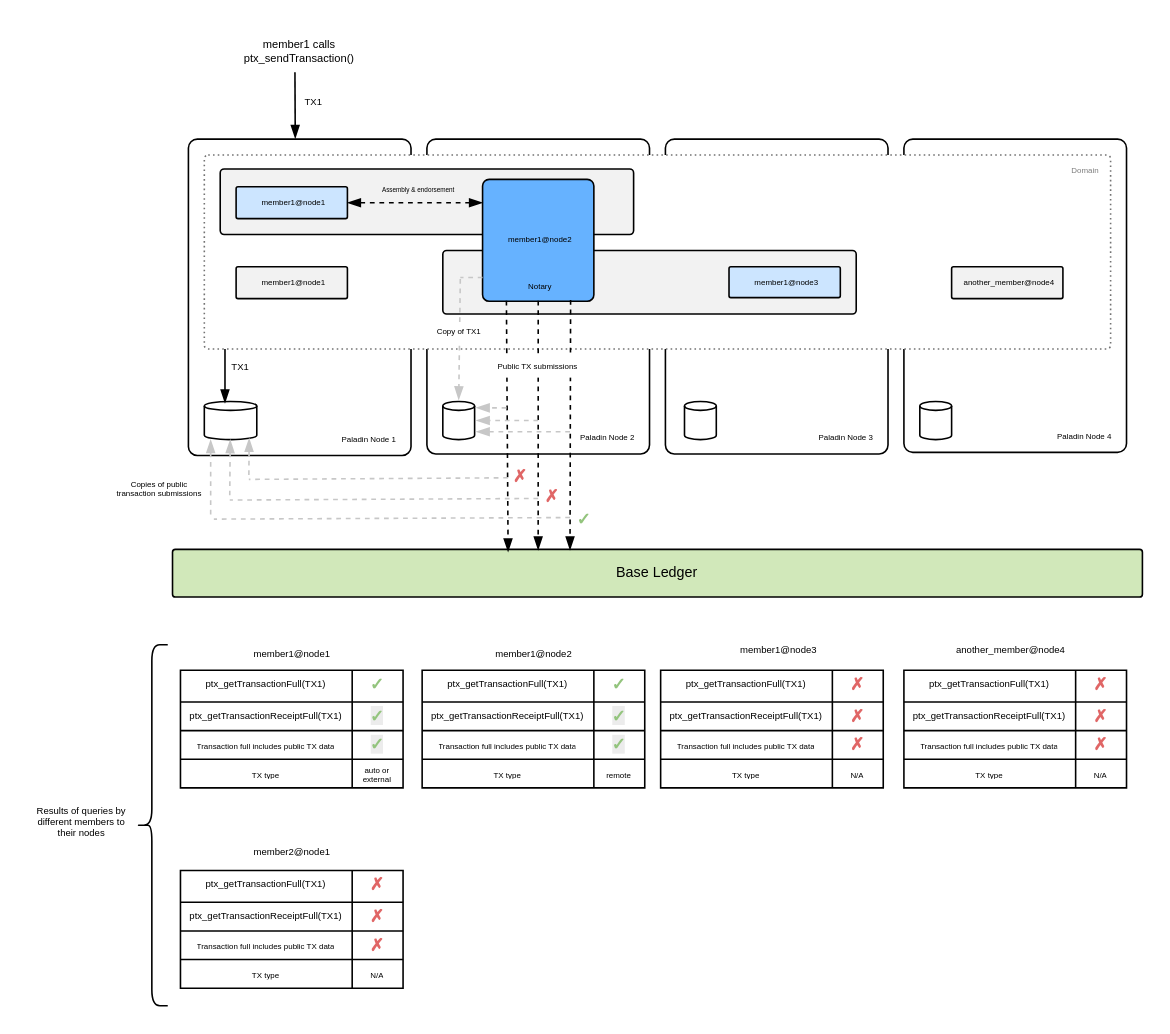
The draw.io diagram doc-site/docs/architecture/diagrams/paladin-node-data-flows.drawio in LFDT-Paladin/paladin, before the edit. Source tidied: cells renumbered, new cells numbered last; positions are measured from the earlier drawing's top-left corner, leaving out a move shared by most shapes. Both pictures are drawn from the tidied source at 159%, with x=0, y=0 at pixel (27, 27).
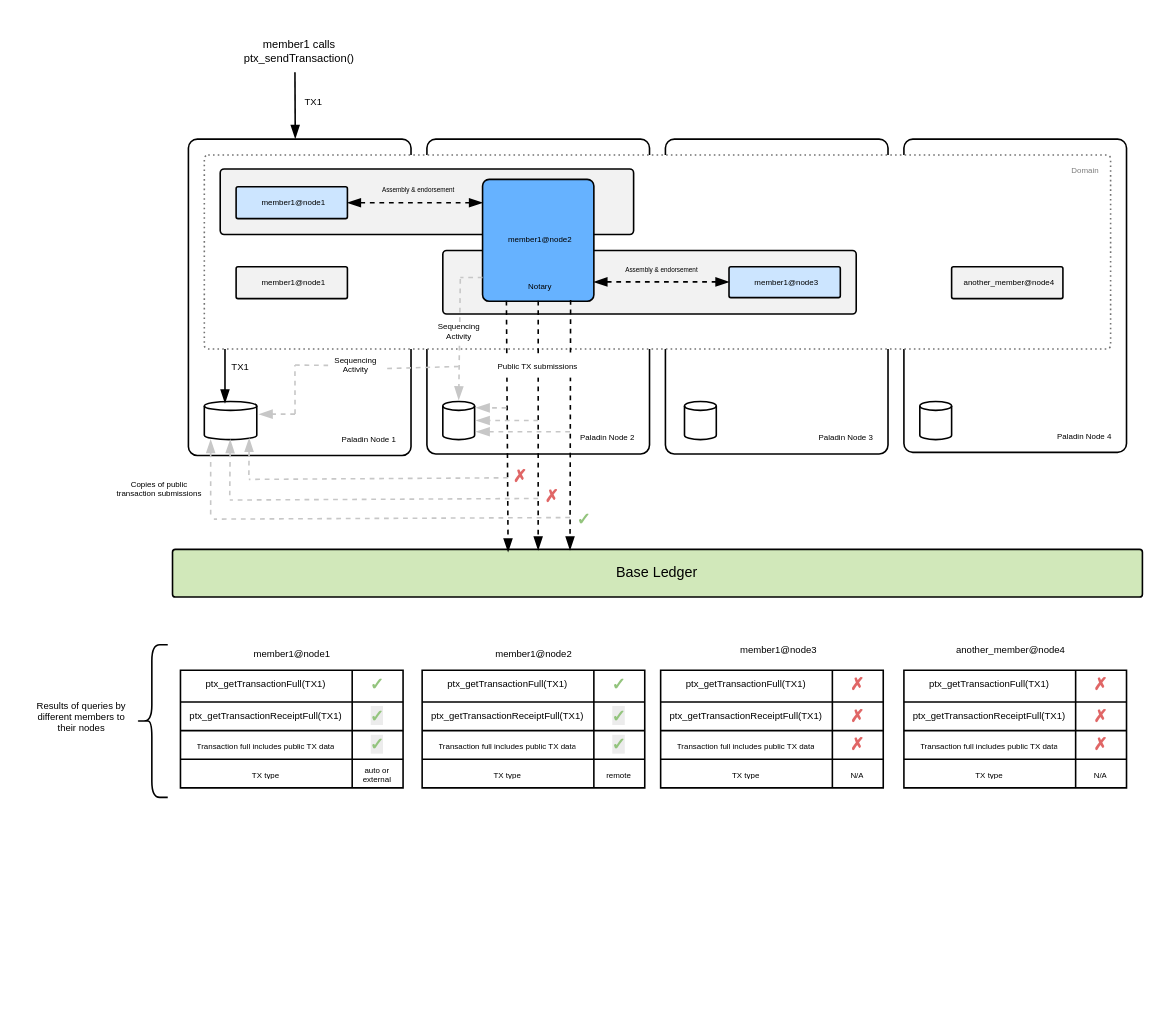
Above is the later version.

The change refers to these unchanged cells:
```xml
<mxCell id="3" value="Paladin Node 1" style="rounded=1;whiteSpace=wrap;html=1;arcSize=4;align=right;verticalAlign=bottom;fontSize=5;spacingLeft=0;spacingBottom=5;spacingRight=7;" parent="1" vertex="1">
  <mxGeometry x="101" y="70" width="140" height="199" as="geometry" />
</mxCell>
<mxCell id="39" style="shape=cylinder3;whiteSpace=wrap;html=1;boundedLbl=1;backgroundOutline=1;size=2.799999999999983;" parent="1" vertex="1">
  <mxGeometry x="111" y="235" width="33" height="24" as="geometry" />
</mxCell>
```

What changed in the source:
```diff
@@
-    <mxCell id="53" value="Copy of TX1" style="rounded=0;whiteSpace=wrap;strokeColor=none;fillColor=default;spacingTop=-4;fontSize=5;" parent="1" vertex="1">
+    <mxCell id="53" value="Sequencing Activity" style="rounded=0;whiteSpace=wrap;strokeColor=none;fillColor=default;spacingTop=-4;fontSize=5;" parent="1" vertex="1">
       <mxGeometry x="253.5" y="186" width="35" height="11" as="geometry" />
     </mxCell>
@@
-    <mxCell id="55" value="&lt;span style=&quot;font-size: 6px;&quot;&gt;member2@node1&lt;/span&gt;" style="rounded=0;whiteSpace=wrap;html=1;strokeColor=none;fillColor=none;" parent="1" vertex="1">
-      <mxGeometry x="136.5" y="508" width="59" height="17" as="geometry" />
-    </mxCell>
@@
-    <mxCell id="98" style="shape=table;startSize=0;childLayout=tableLayout;fontSize=6;spacingLeft=2;" parent="1" vertex="1">
-      <mxGeometry x="96" y="530" width="140" height="74" as="geometry" />
-    </mxCell>
-    <mxCell id="99" style="shape=tableRow;horizontal=0;startSize=0;swimlaneHead=0;swimlaneBody=0;strokeColor=inherit;top=0;left=0;bottom=0;right=0;fillColor=none;" parent="98" vertex="1">
-      <mxGeometry width="140" height="20" as="geometry" />
-    </mxCell>
-    <mxCell id="100" value="&lt;span id=&quot;docs-internal-guid-54da5f6f-7fff-2256-3de9-d88a83de717e&quot;&gt;&lt;p dir=&quot;ltr&quot; style=&quot;line-height:1.2;margin-top:0pt;margin-bottom:0pt;&quot;&gt;&lt;span style=&quot;font-family: Arial, sans-serif; background-color: transparent; font-variant-numeric: normal; font-variant-east-asian: normal; font-variant-alternates: normal; font-variant-position: normal; font-variant-emoji: normal; vertical-align: baseline; white-space-collapse: preserve;&quot;&gt;&lt;font style=&quot;font-size: 6px;&quot;&gt;ptx_getTransactionFull(TX1)&lt;/font&gt;&lt;/span&gt;&lt;/p&gt;&lt;/span&gt;" style="shape=partialRectangle;html=1;whiteSpace=wrap;strokeColor=inherit;overflow=hidden;fillColor=none;top=0;left=0;bottom=0;right=0;verticalAlign=middle;horizontal=1;labelPosition=center;verticalLabelPosition=middle;align=center;spacingRight=2;spacingLeft=2;fontSize=5;spacingBottom=2;" parent="99" vertex="1">
-      <mxGeometry width="108" height="20" as="geometry" />
-    </mxCell>
-    <mxCell id="101" value="&lt;span id=&quot;docs-internal-guid-c590954d-7fff-3660-6d2f-7494b4fce300&quot;&gt;&lt;p dir=&quot;ltr&quot; style=&quot;line-height:1.2;margin-top:0pt;margin-bottom:0pt;&quot;&gt;&lt;span style=&quot;color: rgb(224, 102, 102); font-family: Arial, sans-serif; font-size: 10.6667px; font-weight: 700; white-space-collapse: preserve;&quot;&gt;✗&lt;/span&gt;&lt;/p&gt;&lt;/span&gt;" style="shape=partialRectangle;html=1;whiteSpace=wrap;strokeColor=inherit;overflow=hidden;fillColor=none;top=0;left=0;bottom=0;right=0;spacingRight=2;spacingLeft=2;fontSize=5;spacingBottom=2;" parent="99" vertex="1">
-      <mxGeometry x="108" width="32" height="20" as="geometry" />
-    </mxCell>
-    <mxCell id="102" style="shape=tableRow;horizontal=0;startSize=0;swimlaneHead=0;swimlaneBody=0;strokeColor=inherit;top=0;left=0;bottom=0;right=0;fillColor=none;" parent="98" vertex="1">
-      <mxGeometry y="20" width="140" height="18" as="geometry" />
-    </mxCell>
-    <mxCell id="103" value="&lt;span style=&quot;font-family: Arial, sans-serif; font-size: 6px; white-space-collapse: preserve;&quot;&gt;ptx_getTransactionReceiptFull(TX1)&lt;/span&gt;" style="shape=partialRectangle;html=1;whiteSpace=wrap;strokeColor=inherit;overflow=hidden;fillColor=none;top=0;left=0;bottom=0;right=0;spacingRight=2;spacingLeft=2;fontSize=5;" parent="102" vertex="1">
-      <mxGeometry width="108" height="18" as="geometry" />
-    </mxCell>
-    <mxCell id="104" value="&lt;span style=&quot;color: rgb(224, 102, 102); font-family: Arial, sans-serif; font-size: 10.6667px; font-weight: 700; white-space-collapse: preserve;&quot;&gt;✗&lt;/span&gt;" style="shape=partialRectangle;html=1;whiteSpace=wrap;strokeColor=inherit;overflow=hidden;fillColor=none;top=0;left=0;bottom=0;right=0;spacingRight=2;spacingLeft=2;fontSize=5;" parent="102" vertex="1">
-      <mxGeometry x="108" width="32" height="18" as="geometry" />
-    </mxCell>
-    <mxCell id="105" style="shape=tableRow;horizontal=0;startSize=0;swimlaneHead=0;swimlaneBody=0;strokeColor=inherit;top=0;left=0;bottom=0;right=0;fillColor=none;" parent="98" vertex="1">
-      <mxGeometry y="38" width="140" height="18" as="geometry" />
-    </mxCell>
-    <mxCell id="106" value="Transaction full includes public TX data" style="shape=partialRectangle;html=1;whiteSpace=wrap;strokeColor=inherit;overflow=hidden;fillColor=none;top=0;left=0;bottom=0;right=0;spacingRight=2;spacingLeft=2;fontSize=5;" parent="105" vertex="1">
-      <mxGeometry width="108" height="18" as="geometry" />
-    </mxCell>
-    <mxCell id="107" value="&lt;span style=&quot;color: rgb(224, 102, 102); font-family: Arial, sans-serif; font-size: 10.6667px; font-weight: 700; white-space-collapse: preserve;&quot;&gt;✗&lt;/span&gt;" style="shape=partialRectangle;html=1;whiteSpace=wrap;strokeColor=inherit;overflow=hidden;fillColor=none;top=0;left=0;bottom=0;right=0;spacingRight=2;spacingLeft=2;fontSize=5;" parent="105" vertex="1">
-      <mxGeometry x="108" width="32" height="18" as="geometry" />
-    </mxCell>
-    <mxCell id="108" style="shape=tableRow;horizontal=0;startSize=0;swimlaneHead=0;swimlaneBody=0;strokeColor=inherit;top=0;left=0;bottom=0;right=0;fillColor=none;" parent="98" vertex="1">
-      <mxGeometry y="56" width="140" height="18" as="geometry" />
-    </mxCell>
-    <mxCell id="109" value="TX type" style="shape=partialRectangle;html=1;whiteSpace=wrap;strokeColor=inherit;overflow=hidden;fillColor=none;top=0;left=0;bottom=0;right=0;spacingRight=2;spacingLeft=2;fontSize=5;" parent="108" vertex="1">
-      <mxGeometry width="108" height="18" as="geometry" />
-    </mxCell>
-    <mxCell id="110" value="N/A" style="shape=partialRectangle;html=1;whiteSpace=wrap;strokeColor=inherit;overflow=hidden;fillColor=none;top=0;left=0;bottom=0;right=0;spacingRight=2;spacingLeft=2;fontSize=5;" parent="108" vertex="1">
-      <mxGeometry x="108" width="32" height="18" as="geometry" />
-    </mxCell>
@@
     <mxCell id="114" value="Results of queries by different members to their nodes" style="rounded=0;whiteSpace=wrap;strokeColor=none;fillColor=none;spacingTop=-4;fontSize=6;strokeWidth=1;" parent="1" vertex="1">
-      <mxGeometry y="494" width="68" height="16" as="geometry" />
+      <mxGeometry y="428" width="68" height="16" as="geometry" />
     </mxCell>
     <mxCell id="115" style="shape=curlyBracket;whiteSpace=wrap;html=1;rounded=1;labelPosition=left;verticalLabelPosition=middle;align=right;verticalAlign=middle;size=0.5;" parent="1" vertex="1">
-      <mxGeometry x="68" y="388" width="20" height="227" as="geometry" />
+      <mxGeometry x="68" y="388" width="20" height="96" as="geometry" />
     </mxCell>
@@
+    <mxCell id="118" style="endArrow=blockThin;html=1;rounded=0;dashed=1;exitX=0.309;exitY=0.739;exitDx=0;exitDy=0;exitPerimeter=0;startArrow=blockThin;startFill=1;endFill=1;" parent="1" edge="1">
+      <mxGeometry relative="1" as="geometry">
+        <mxPoint x="356" y="159.8" as="sourcePoint" />
+        <mxPoint x="441" y="159.8" as="targetPoint" />
+      </mxGeometry>
+    </mxCell>
+    <mxCell id="119" value="&lt;font style=&quot;font-size: 4px;&quot;&gt;Assembly &amp;amp; endorsement&lt;/font&gt;" style="rounded=0;whiteSpace=wrap;html=1;strokeColor=none;fillColor=none;" parent="1" vertex="1">
+      <mxGeometry x="374" y="145" width="50" height="10" as="geometry" />
+    </mxCell>
+    <mxCell id="120" style="endArrow=blockThin;html=1;rounded=0;dashed=1;endFill=1;fillColor=#f5f5f5;strokeColor=light-dark(#c7c7c7, #959595);startArrow=none;startFill=0;exitX=0.479;exitY=0.869;exitDx=0;exitDy=0;exitPerimeter=0;entryX=1.045;entryY=0.333;entryDx=0;entryDy=0;entryPerimeter=0;" parent="1" edge="1" source="3" target="39">
+      <mxGeometry relative="1" as="geometry" />
+    </mxCell>
+    <mxCell id="121" style="endArrow=none;html=1;rounded=0;dashed=1;endFill=0;fillColor=#f5f5f5;strokeColor=light-dark(#c7c7c7, #959595);entryX=0.479;entryY=0.714;entryDx=0;entryDy=0;entryPerimeter=0;" parent="1" edge="1" source="124" target="3">
+      <mxGeometry relative="1" as="geometry" />
+    </mxCell>
+    <mxCell id="122" style="endArrow=none;html=1;rounded=0;dashed=1;endFill=0;fillColor=#f5f5f5;strokeColor=light-dark(#c7c7c7, #959595);exitX=0.479;exitY=0.869;exitDx=0;exitDy=0;exitPerimeter=0;" parent="1" edge="1" source="3">
+      <mxGeometry relative="1" as="geometry">
+        <mxPoint x="168" y="212" as="targetPoint" />
+      </mxGeometry>
+    </mxCell>
+    <mxCell id="123" style="endArrow=none;html=1;rounded=0;dashed=1;endFill=0;fillColor=#f5f5f5;strokeColor=light-dark(#c7c7c7, #959595);entryX=0.479;entryY=0.714;entryDx=0;entryDy=0;entryPerimeter=0;" parent="1" edge="1" target="124">
+      <mxGeometry relative="1" as="geometry">
+        <mxPoint x="271" y="213" as="sourcePoint" />
+      </mxGeometry>
+    </mxCell>
+    <mxCell id="124" value="Sequencing Activity" style="rounded=0;whiteSpace=wrap;strokeColor=none;fillColor=default;spacingTop=-4;fontSize=5;" parent="1" vertex="1">
+      <mxGeometry x="189" y="207" width="35" height="11" as="geometry" />
+    </mxCell>
```
